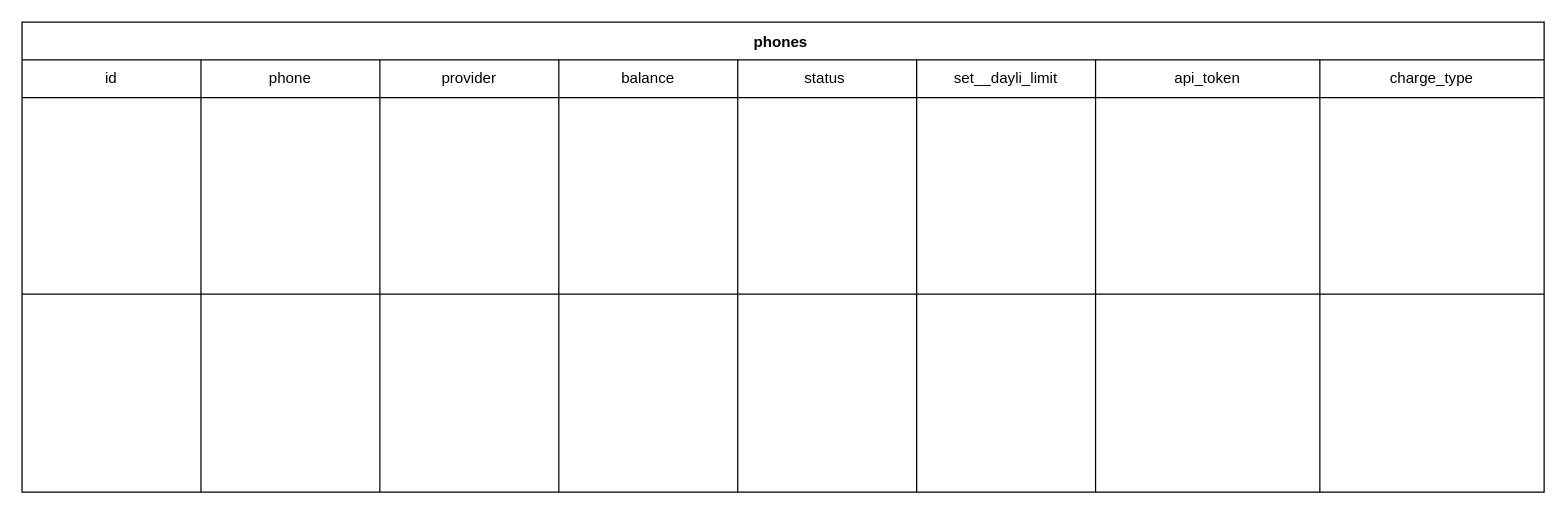
IQ-Devs/gate keeps this draw.io diagram as page "Page-2" (2 of 3) of Untitled Diagram.drawio. Above is the earlier version. Source tidied: cells renumbered, new cells numbered last; positions are measured from the earlier drawing's top-left corner, leaving out a move shared by most shapes. Both pictures are drawn from the tidied source at 126%, with x=0, y=0 at pixel (21, 21).
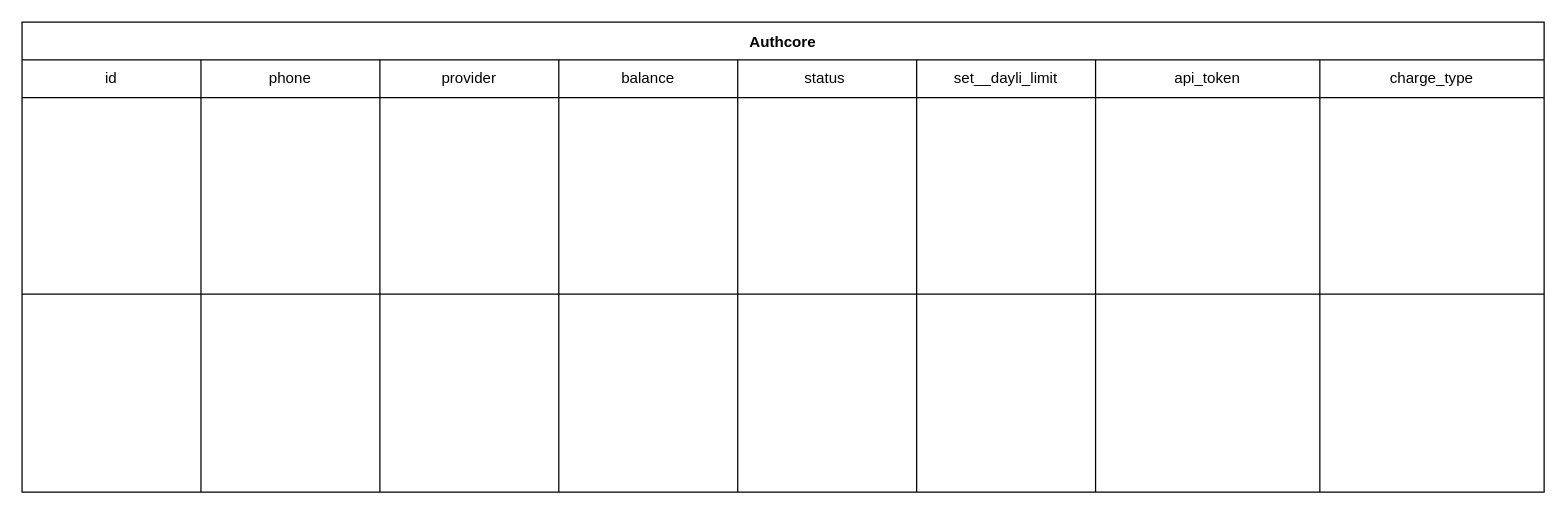
Above is the later version.

Commit message (it also covers changes not shown here):
authcore renewtoken compelete working . register new phone and token working

Diff of the diagram source:
```diff
@@
-    <mxCell id="2" value="phones " style="shape=table;startSize=30;childLayout=tableLayout;fontStyle=1;align=center;" parent="1" vertex="1">
+    <mxCell id="2" value="Authcore" style="shape=table;startSize=30;childLayout=tableLayout;fontStyle=1;align=center;" parent="1" vertex="1">
       <mxGeometry width="1208" height="373" as="geometry" />
     </mxCell>
```
